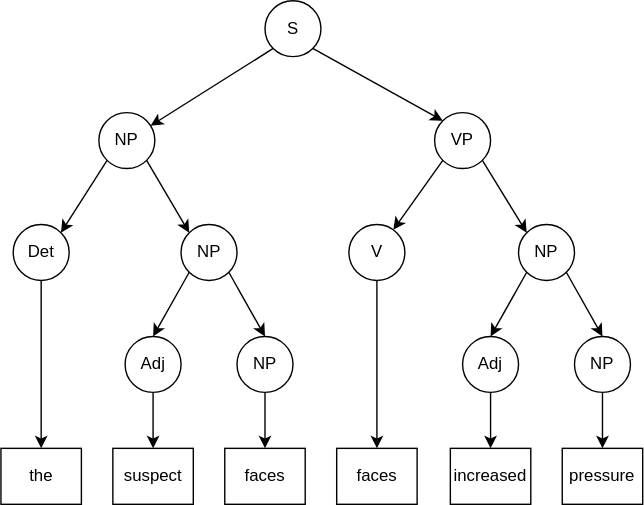
Above: a01/graph/2-CKY-tree-2.svg in ttperr/DD2417-NLP-KTH (draw.io), before the change. Source tidied: cells renumbered, new cells last; positions are measured from the earlier drawing's top-left corner, leaving out a move shared by most shapes.
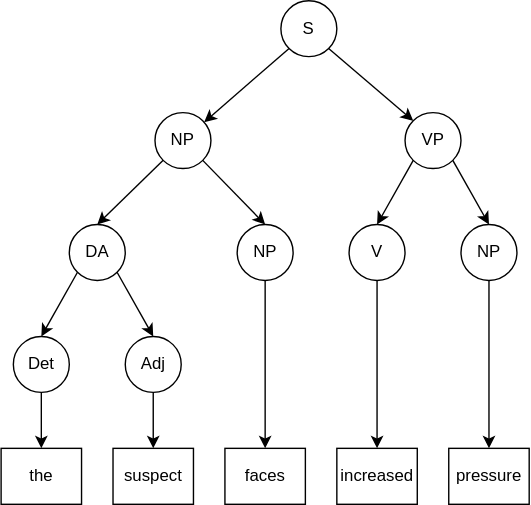
After the commit.

The edit, as a diff of the source:
```diff
@@ -9,74 +9,32 @@
       <mxGeometry relative="1" as="geometry" />
     </mxCell>
     <mxCell id="4" value="S" style="ellipse;whiteSpace=wrap;html=1;" parent="1" vertex="1">
-      <mxGeometry x="188.8" width="40" height="40" as="geometry" />
+      <mxGeometry x="200" width="40" height="40" as="geometry" />
     </mxCell>
-    <mxCell id="5" style="edgeStyle=none;html=1;exitX=1;exitY=1;exitDx=0;exitDy=0;entryX=0;entryY=0;entryDx=0;entryDy=0;" parent="1" edge="1" source="7" target="32">
-      <mxGeometry relative="1" as="geometry" />
-    </mxCell>
-    <mxCell id="6" style="edgeStyle=none;html=1;exitX=0;exitY=1;exitDx=0;exitDy=0;entryX=1;entryY=0;entryDx=0;entryDy=0;" parent="1" edge="1" source="7" target="24">
-      <mxGeometry relative="1" as="geometry" />
-    </mxCell>
+    <mxCell id="35" style="edgeStyle=none;html=1;exitX=0;exitY=1;exitDx=0;exitDy=0;entryX=0.5;entryY=0;entryDx=0;entryDy=0;" parent="1" edge="1" source="7" target="40">
+      <mxGeometry relative="1" as="geometry" />
+    </mxCell>
+    <mxCell id="36" style="edgeStyle=none;html=1;exitX=1;exitY=1;exitDx=0;exitDy=0;entryX=0.5;entryY=0;entryDx=0;entryDy=0;" parent="1" edge="1" source="7" target="45">
+      <mxGeometry relative="1" as="geometry" />
+    </mxCell>
     <mxCell id="7" value="NP" style="ellipse;whiteSpace=wrap;html=1;" parent="1" vertex="1">
-      <mxGeometry x="70" y="80" width="40" height="40" as="geometry" />
+      <mxGeometry x="110" y="80" width="40" height="40" as="geometry" />
     </mxCell>
-    <mxCell id="8" style="edgeStyle=none;html=1;exitX=0;exitY=1;exitDx=0;exitDy=0;" parent="1" edge="1" source="10" target="12">
+    <mxCell id="8" style="edgeStyle=none;html=1;exitX=0;exitY=1;exitDx=0;exitDy=0;entryX=0.5;entryY=0;entryDx=0;entryDy=0;" parent="1" edge="1" source="10" target="12">
       <mxGeometry relative="1" as="geometry" />
     </mxCell>
-    <mxCell id="9" style="edgeStyle=none;html=1;exitX=1;exitY=1;exitDx=0;exitDy=0;entryX=0;entryY=0;entryDx=0;entryDy=0;" parent="1" edge="1" source="10" target="15">
-      <mxGeometry relative="1" as="geometry" />
-    </mxCell>
+    <mxCell id="37" style="edgeStyle=none;html=1;exitX=1;exitY=1;exitDx=0;exitDy=0;entryX=0.5;entryY=0;entryDx=0;entryDy=0;" parent="1" edge="1" source="10" target="42">
+      <mxGeometry relative="1" as="geometry" />
+    </mxCell>
     <mxCell id="10" value="VP" style="ellipse;whiteSpace=wrap;html=1;" parent="1" vertex="1">
-      <mxGeometry x="310" y="80" width="40" height="40" as="geometry" />
+      <mxGeometry x="288.8" y="80" width="40" height="40" as="geometry" />
     </mxCell>
-    <mxCell id="11" style="edgeStyle=none;html=1;exitX=0.5;exitY=1;exitDx=0;exitDy=0;entryX=0.5;entryY=0;entryDx=0;entryDy=0;" parent="1" edge="1" source="12" target="22">
-      <mxGeometry relative="1" as="geometry" />
-    </mxCell>
-    <mxCell id="12" value="V" style="ellipse;whiteSpace=wrap;html=1;" parent="1" vertex="1">
-      <mxGeometry x="248.8" y="160" width="40" height="40" as="geometry" />
-    </mxCell>
-    <mxCell id="13" style="edgeStyle=none;html=1;exitX=0;exitY=1;exitDx=0;exitDy=0;entryX=0.5;entryY=0;entryDx=0;entryDy=0;" parent="1" edge="1" source="15" target="17">
-      <mxGeometry relative="1" as="geometry" />
-    </mxCell>
-    <mxCell id="14" style="edgeStyle=none;html=1;exitX=1;exitY=1;exitDx=0;exitDy=0;entryX=0.5;entryY=0;entryDx=0;entryDy=0;" parent="1" edge="1" source="15" target="19">
-      <mxGeometry relative="1" as="geometry" />
-    </mxCell>
-    <mxCell id="15" value="NP" style="ellipse;whiteSpace=wrap;html=1;" parent="1" vertex="1">
-      <mxGeometry x="370" y="160" width="40" height="40" as="geometry" />
-    </mxCell>
-    <mxCell id="16" style="edgeStyle=none;html=1;exitX=0.5;exitY=1;exitDx=0;exitDy=0;entryX=0.5;entryY=0;entryDx=0;entryDy=0;" parent="1" edge="1" source="17" target="21">
-      <mxGeometry relative="1" as="geometry" />
-    </mxCell>
-    <mxCell id="17" value="Adj" style="ellipse;whiteSpace=wrap;html=1;" parent="1" vertex="1">
-      <mxGeometry x="330" y="240" width="40" height="40" as="geometry" />
-    </mxCell>
-    <mxCell id="18" style="edgeStyle=none;html=1;exitX=0.5;exitY=1;exitDx=0;exitDy=0;entryX=0.5;entryY=0;entryDx=0;entryDy=0;" parent="1" edge="1" source="19" target="20">
-      <mxGeometry relative="1" as="geometry" />
-    </mxCell>
-    <mxCell id="19" value="NP" style="ellipse;whiteSpace=wrap;html=1;" parent="1" vertex="1">
-      <mxGeometry x="410" y="240" width="40" height="40" as="geometry" />
-    </mxCell>
     <mxCell id="20" value="pressure" style="rounded=0;whiteSpace=wrap;html=1;" parent="1" vertex="1">
-      <mxGeometry x="401.2" y="320" width="57.5" height="40" as="geometry" />
+      <mxGeometry x="320" y="320" width="57.5" height="40" as="geometry" />
     </mxCell>
     <mxCell id="21" value="increased" style="rounded=0;whiteSpace=wrap;html=1;" parent="1" vertex="1">
-      <mxGeometry x="321.2" y="320" width="57.5" height="40" as="geometry" />
+      <mxGeometry x="240" y="320" width="57.5" height="40" as="geometry" />
     </mxCell>
-    <mxCell id="22" value="faces" style="rounded=0;whiteSpace=wrap;html=1;" parent="1" vertex="1">
-      <mxGeometry x="240" y="320" width="57.5" height="40" as="geometry" />
-    </mxCell>
-    <mxCell id="23" style="edgeStyle=none;html=1;exitX=0.5;exitY=1;exitDx=0;exitDy=0;entryX=0.5;entryY=0;entryDx=0;entryDy=0;" parent="1" edge="1" source="24" target="28">
-      <mxGeometry relative="1" as="geometry" />
-    </mxCell>
-    <mxCell id="24" value="Det" style="ellipse;whiteSpace=wrap;html=1;" parent="1" vertex="1">
-      <mxGeometry x="8.8" y="160" width="40" height="40" as="geometry" />
-    </mxCell>
-    <mxCell id="25" style="edgeStyle=none;html=1;exitX=0.5;exitY=1;exitDx=0;exitDy=0;entryX=0.5;entryY=0;entryDx=0;entryDy=0;" parent="1" edge="1" source="26" target="29">
-      <mxGeometry relative="1" as="geometry" />
-    </mxCell>
-    <mxCell id="26" value="Adj" style="ellipse;whiteSpace=wrap;html=1;" parent="1" vertex="1">
-      <mxGeometry x="88.8" y="240" width="40" height="40" as="geometry" />
-    </mxCell>
     <mxCell id="27" value="faces" style="rounded=0;whiteSpace=wrap;html=1;" parent="1" vertex="1">
       <mxGeometry x="160" y="320" width="57.5" height="40" as="geometry" />
     </mxCell>
@@ -86,20 +44,44 @@
     <mxCell id="29" value="suspect" style="rounded=0;whiteSpace=wrap;html=1;" parent="1" vertex="1">
       <mxGeometry x="80" y="320" width="57.5" height="40" as="geometry" />
     </mxCell>
-    <mxCell id="30" style="edgeStyle=none;html=1;exitX=1;exitY=1;exitDx=0;exitDy=0;entryX=0.5;entryY=0;entryDx=0;entryDy=0;" parent="1" edge="1" source="32" target="34">
-      <mxGeometry relative="1" as="geometry" />
-    </mxCell>
-    <mxCell id="31" style="edgeStyle=none;html=1;exitX=0;exitY=1;exitDx=0;exitDy=0;entryX=0.5;entryY=0;entryDx=0;entryDy=0;" parent="1" edge="1" source="32" target="26">
-      <mxGeometry relative="1" as="geometry" />
-    </mxCell>
-    <mxCell id="32" value="NP" style="ellipse;whiteSpace=wrap;html=1;" parent="1" vertex="1">
-      <mxGeometry x="128.8" y="160" width="40" height="40" as="geometry" />
-    </mxCell>
-    <mxCell id="33" style="edgeStyle=none;html=1;" parent="1" edge="1" source="34" target="27">
-      <mxGeometry relative="1" as="geometry" />
-    </mxCell>
-    <mxCell id="34" value="NP" style="ellipse;whiteSpace=wrap;html=1;" parent="1" vertex="1">
-      <mxGeometry x="168.8" y="240" width="40" height="40" as="geometry" />
-    </mxCell>
+    <mxCell id="38" style="edgeStyle=none;html=1;exitX=0;exitY=1;exitDx=0;exitDy=0;entryX=0.5;entryY=0;entryDx=0;entryDy=0;" parent="1" edge="1" source="40" target="24">
+      <mxGeometry relative="1" as="geometry" />
+    </mxCell>
+    <mxCell id="39" style="edgeStyle=none;html=1;exitX=1;exitY=1;exitDx=0;exitDy=0;entryX=0.5;entryY=0;entryDx=0;entryDy=0;" parent="1" edge="1" source="40" target="26">
+      <mxGeometry relative="1" as="geometry" />
+    </mxCell>
+    <mxCell id="40" value="DA" style="ellipse;whiteSpace=wrap;html=1;" parent="1" vertex="1">
+      <mxGeometry x="48.8" y="160" width="40" height="40" as="geometry" />
+    </mxCell>
+    <mxCell id="41" style="edgeStyle=none;html=1;exitX=0.5;exitY=1;exitDx=0;exitDy=0;" parent="1" edge="1" source="42" target="20">
+      <mxGeometry relative="1" as="geometry" />
+    </mxCell>
+    <mxCell id="42" value="NP" style="ellipse;whiteSpace=wrap;html=1;" parent="1" vertex="1">
+      <mxGeometry x="328.8" y="160" width="40" height="40" as="geometry" />
+    </mxCell>
+    <mxCell id="43" style="edgeStyle=none;html=1;exitX=0.5;exitY=1;exitDx=0;exitDy=0;" parent="1" edge="1" source="12" target="21">
+      <mxGeometry relative="1" as="geometry" />
+    </mxCell>
+    <mxCell id="12" value="V" style="ellipse;whiteSpace=wrap;html=1;" parent="1" vertex="1">
+      <mxGeometry x="248.8" y="160" width="40" height="40" as="geometry" />
+    </mxCell>
+    <mxCell id="25" style="edgeStyle=none;html=1;exitX=0.5;exitY=1;exitDx=0;exitDy=0;entryX=0.5;entryY=0;entryDx=0;entryDy=0;" parent="1" edge="1" source="26" target="29">
+      <mxGeometry relative="1" as="geometry" />
+    </mxCell>
+    <mxCell id="26" value="Adj" style="ellipse;whiteSpace=wrap;html=1;" parent="1" vertex="1">
+      <mxGeometry x="88.8" y="240" width="40" height="40" as="geometry" />
+    </mxCell>
+    <mxCell id="23" style="edgeStyle=none;html=1;exitX=0.5;exitY=1;exitDx=0;exitDy=0;entryX=0.5;entryY=0;entryDx=0;entryDy=0;" parent="1" edge="1" source="24" target="28">
+      <mxGeometry relative="1" as="geometry" />
+    </mxCell>
+    <mxCell id="24" value="Det" style="ellipse;whiteSpace=wrap;html=1;" parent="1" vertex="1">
+      <mxGeometry x="8.8" y="240" width="40" height="40" as="geometry" />
+    </mxCell>
+    <mxCell id="44" style="edgeStyle=none;html=1;exitX=0.5;exitY=1;exitDx=0;exitDy=0;entryX=0.5;entryY=0;entryDx=0;entryDy=0;" parent="1" edge="1" source="45" target="27">
+      <mxGeometry relative="1" as="geometry" />
+    </mxCell>
+    <mxCell id="45" value="NP" style="ellipse;whiteSpace=wrap;html=1;" parent="1" vertex="1">
+      <mxGeometry x="168.8" y="160" width="40" height="40" as="geometry" />
+    </mxCell>
   </root>
 </mxGraphModel>
```
